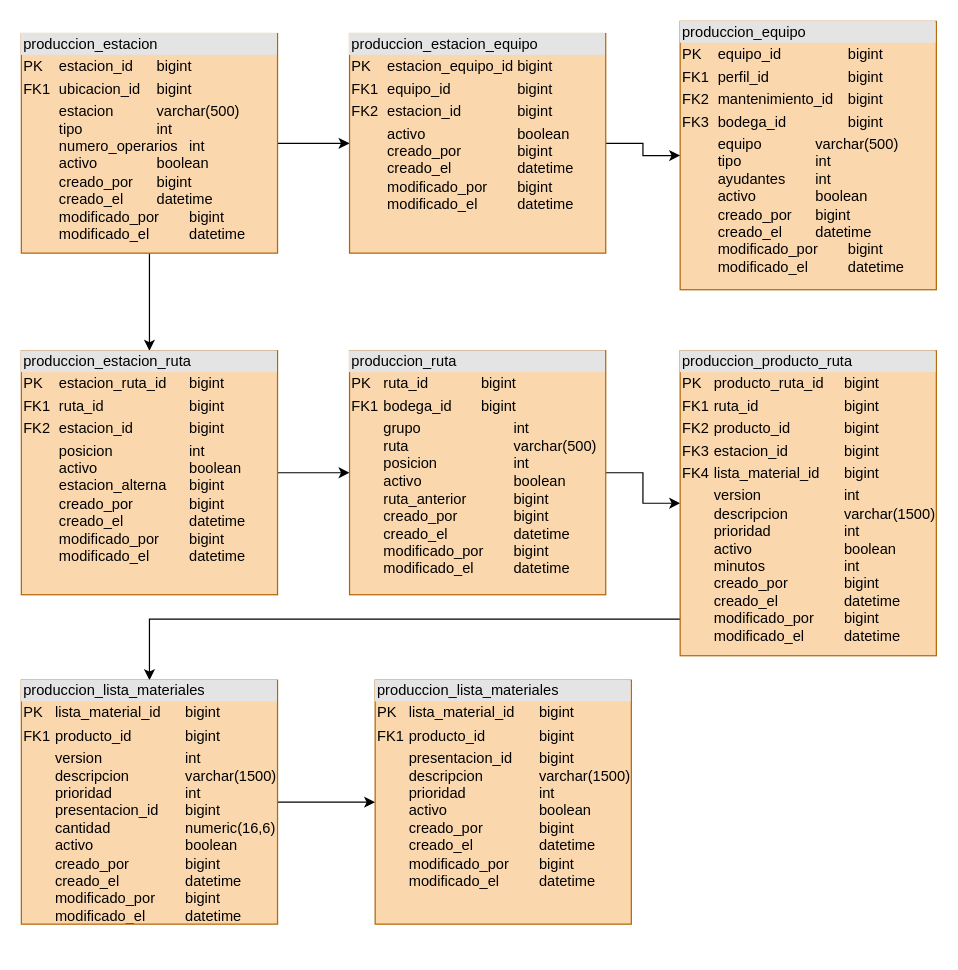
This is ERDProduccion.drawio from winnier78/L360Produccion, a draw.io file, before an edit. Source tidied: cells renumbered, new cells numbered last; positions are measured from the earlier drawing's top-left corner, leaving out a move shared by most shapes. Both pictures are drawn from the tidied source at 122%, with x=0, y=0 at pixel (21, 21).
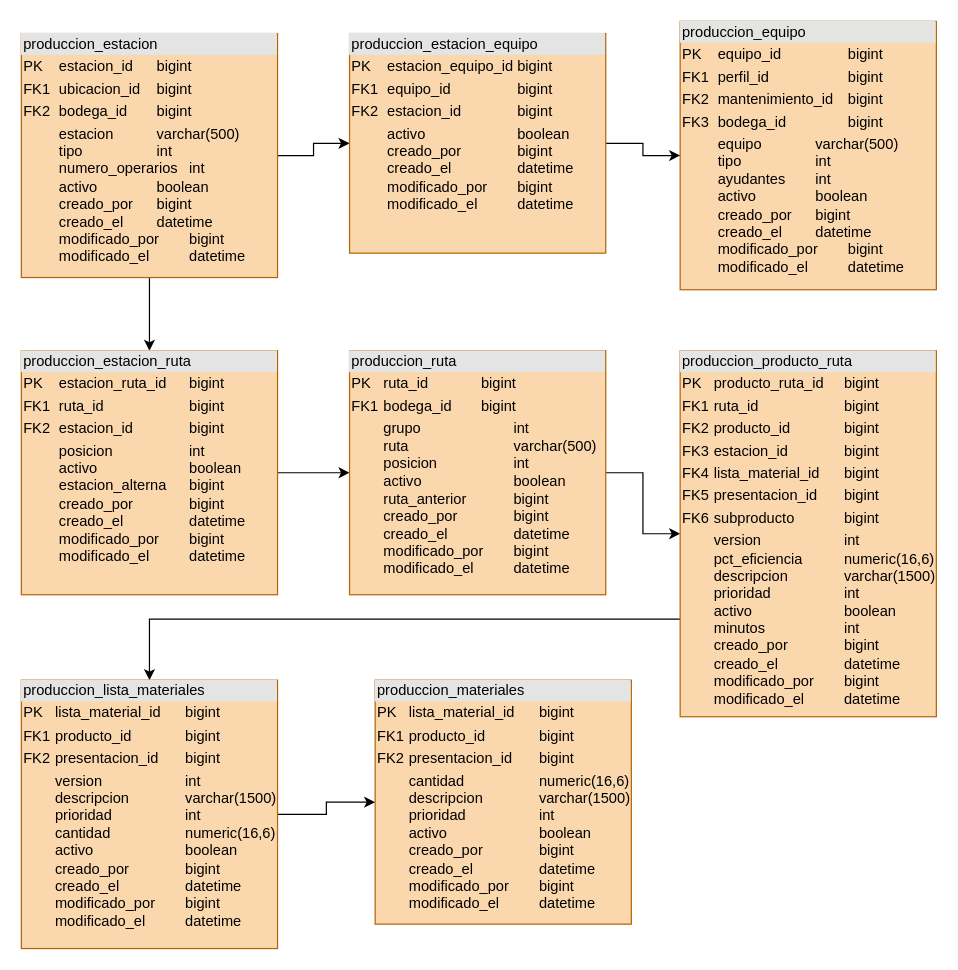
Above is the later version.

Commit message:
agregar materiales ERDProduccion.drawio

What changed in the source:
```diff
@@
-    <mxCell id="4" value="&lt;div style=&quot;box-sizing: border-box; width: 100%; background: rgb(228, 228, 228); padding: 2px;&quot;&gt;produccion_estacion&lt;/div&gt;&lt;table style=&quot;width:100%;font-size:1em;&quot; cellpadding=&quot;2&quot; cellspacing=&quot;0&quot;&gt;&lt;tbody&gt;&lt;tr&gt;&lt;td&gt;PK&lt;/td&gt;&lt;td&gt;estacion_id&lt;span style=&quot;white-space: pre;&quot;&gt;&#9;&lt;/span&gt;bigint&lt;/td&gt;&lt;td&gt;&lt;br&gt;&lt;/td&gt;&lt;/tr&gt;&lt;tr&gt;&lt;td&gt;FK1&lt;/td&gt;&lt;td&gt;ubicacion_id&lt;span style=&quot;white-space: pre;&quot;&gt;&#9;&lt;/span&gt;bigint&lt;/td&gt;&lt;td&gt;&lt;br&gt;&lt;/td&gt;&lt;/tr&gt;&lt;tr&gt;&lt;td&gt;&lt;/td&gt;&lt;td&gt;estacion&lt;span style=&quot;white-space: pre;&quot;&gt;&#9;&lt;span style=&quot;white-space: pre;&quot;&gt;&#9;&lt;/span&gt;&lt;/span&gt;varchar(500)&lt;br&gt;tipo&lt;span style=&quot;white-space: pre;&quot;&gt;&#9;&lt;/span&gt;&lt;span style=&quot;white-space: pre;&quot;&gt;&#9;&lt;/span&gt;&lt;span style=&quot;white-space: pre;&quot;&gt;&#9;&lt;/span&gt;int&lt;br&gt;numero_operarios&lt;span style=&quot;white-space: pre;&quot;&gt;&#9;&lt;/span&gt;int&lt;br&gt;activo&lt;span style=&quot;white-space: pre;&quot;&gt;&#9;&lt;/span&gt;&lt;span style=&quot;white-space: pre;&quot;&gt;&#9;&lt;/span&gt;boolean&lt;br&gt;creado_por&lt;span style=&quot;white-space: pre;&quot;&gt;&#9;&lt;/span&gt;bigint&lt;br&gt;creado_el&lt;span style=&quot;white-space: pre;&quot;&gt;&#9;&lt;/span&gt;datetime&lt;br&gt;modificado_por&lt;span style=&quot;white-space: pre;&quot;&gt;&#9;&lt;/span&gt;bigint&lt;br&gt;modificado_el&lt;span style=&quot;white-space: pre;&quot;&gt;&#9;&lt;/span&gt;&lt;span style=&quot;white-space: pre;&quot;&gt;&#9;&lt;/span&gt;datetime&lt;/td&gt;&lt;td&gt;&lt;br&gt;&lt;/td&gt;&lt;/tr&gt;&lt;/tbody&gt;&lt;/table&gt;" style="verticalAlign=top;align=left;overflow=fill;html=1;whiteSpace=wrap;fillColor=#fad7ac;strokeColor=#b46504;" parent="1" vertex="1">
-      <mxGeometry y="10" width="210" height="180" as="geometry" />
+    <mxCell id="4" value="&lt;div style=&quot;box-sizing: border-box; width: 100%; background: rgb(228, 228, 228); padding: 2px;&quot;&gt;produccion_estacion&lt;/div&gt;&lt;table style=&quot;width:100%;font-size:1em;&quot; cellpadding=&quot;2&quot; cellspacing=&quot;0&quot;&gt;&lt;tbody&gt;&lt;tr&gt;&lt;td&gt;PK&lt;/td&gt;&lt;td&gt;estacion_id&lt;span style=&quot;white-space: pre;&quot;&gt;&#9;&lt;/span&gt;bigint&lt;/td&gt;&lt;td&gt;&lt;br&gt;&lt;/td&gt;&lt;/tr&gt;&lt;tr&gt;&lt;td&gt;FK1&lt;/td&gt;&lt;td&gt;ubicacion_id&lt;span style=&quot;white-space: pre;&quot;&gt;&#9;&lt;/span&gt;bigint&lt;/td&gt;&lt;td&gt;&lt;br&gt;&lt;/td&gt;&lt;/tr&gt;&lt;tr&gt;&lt;td&gt;FK2&lt;/td&gt;&lt;td&gt;bodega_id&lt;span style=&quot;white-space: pre;&quot;&gt;&#9;&lt;/span&gt;bigint&lt;/td&gt;&lt;td&gt;&lt;br&gt;&lt;/td&gt;&lt;/tr&gt;&lt;tr&gt;&lt;td&gt;&lt;/td&gt;&lt;td&gt;estacion&lt;span style=&quot;white-space: pre;&quot;&gt;&#9;&lt;span style=&quot;white-space: pre;&quot;&gt;&#9;&lt;/span&gt;&lt;/span&gt;varchar(500)&lt;br&gt;tipo&lt;span style=&quot;white-space: pre;&quot;&gt;&#9;&lt;/span&gt;&lt;span style=&quot;white-space: pre;&quot;&gt;&#9;&lt;/span&gt;&lt;span style=&quot;white-space: pre;&quot;&gt;&#9;&lt;/span&gt;int&lt;br&gt;numero_operarios&lt;span style=&quot;white-space: pre;&quot;&gt;&#9;&lt;/span&gt;int&lt;br&gt;activo&lt;span style=&quot;white-space: pre;&quot;&gt;&#9;&lt;/span&gt;&lt;span style=&quot;white-space: pre;&quot;&gt;&#9;&lt;/span&gt;boolean&lt;br&gt;creado_por&lt;span style=&quot;white-space: pre;&quot;&gt;&#9;&lt;/span&gt;bigint&lt;br&gt;creado_el&lt;span style=&quot;white-space: pre;&quot;&gt;&#9;&lt;/span&gt;datetime&lt;br&gt;modificado_por&lt;span style=&quot;white-space: pre;&quot;&gt;&#9;&lt;/span&gt;bigint&lt;br&gt;modificado_el&lt;span style=&quot;white-space: pre;&quot;&gt;&#9;&lt;/span&gt;&lt;span style=&quot;white-space: pre;&quot;&gt;&#9;&lt;/span&gt;datetime&lt;/td&gt;&lt;td&gt;&lt;br&gt;&lt;/td&gt;&lt;/tr&gt;&lt;/tbody&gt;&lt;/table&gt;" style="verticalAlign=top;align=left;overflow=fill;html=1;whiteSpace=wrap;fillColor=#fad7ac;strokeColor=#b46504;" parent="1" vertex="1">
+      <mxGeometry y="10" width="210" height="200" as="geometry" />
     </mxCell>
@@
-    <mxCell id="13" value="&lt;div style=&quot;box-sizing: border-box; width: 100%; background: rgb(228, 228, 228); padding: 2px;&quot;&gt;produccion_producto_ruta&lt;/div&gt;&lt;table style=&quot;width:100%;font-size:1em;&quot; cellpadding=&quot;2&quot; cellspacing=&quot;0&quot;&gt;&lt;tbody&gt;&lt;tr&gt;&lt;td&gt;PK&lt;/td&gt;&lt;td&gt;producto_ruta_id&lt;span style=&quot;white-space: pre;&quot;&gt;&#9;&lt;/span&gt;bigint&lt;/td&gt;&lt;td&gt;&lt;br&gt;&lt;/td&gt;&lt;/tr&gt;&lt;tr&gt;&lt;td&gt;FK1&lt;/td&gt;&lt;td&gt;ruta_id&lt;span style=&quot;white-space: pre;&quot;&gt;&#9;&lt;span style=&quot;white-space: pre;&quot;&gt;&#9;&lt;/span&gt;&lt;span style=&quot;white-space: pre;&quot;&gt;&#9;&lt;/span&gt;&lt;/span&gt;bigint&lt;/td&gt;&lt;td&gt;&lt;br&gt;&lt;/td&gt;&lt;/tr&gt;&lt;tr&gt;&lt;td&gt;FK2&lt;/td&gt;&lt;td&gt;producto_id&lt;span style=&quot;white-space: pre;&quot;&gt;&#9;&lt;/span&gt;&lt;span style=&quot;white-space: pre;&quot;&gt;&#9;&lt;/span&gt;bigint&lt;/td&gt;&lt;td&gt;&lt;br&gt;&lt;/td&gt;&lt;/tr&gt;&lt;tr&gt;&lt;td&gt;FK3&lt;/td&gt;&lt;td&gt;estacion_id&lt;span style=&quot;white-space: pre;&quot;&gt;&#9;&lt;/span&gt;&lt;span style=&quot;white-space: pre;&quot;&gt;&#9;&lt;/span&gt;bigint&lt;/td&gt;&lt;td&gt;&lt;br&gt;&lt;/td&gt;&lt;/tr&gt;&lt;tr&gt;&lt;td&gt;FK4&lt;/td&gt;&lt;td&gt;lista_material_id&lt;span style=&quot;white-space: pre;&quot;&gt;&#9;&lt;/span&gt;bigint&lt;/td&gt;&lt;td&gt;&lt;br&gt;&lt;/td&gt;&lt;/tr&gt;&lt;tr&gt;&lt;td&gt;&lt;/td&gt;&lt;td&gt;version&lt;span style=&quot;white-space: pre;&quot;&gt;&#9;&lt;/span&gt;&lt;span style=&quot;white-space: pre;&quot;&gt;&#9;&lt;/span&gt;&lt;span style=&quot;white-space: pre;&quot;&gt;&#9;&lt;/span&gt;int&lt;br&gt;descripcion&lt;span style=&quot;white-space: pre;&quot;&gt;&#9;&lt;span style=&quot;white-space: pre;&quot;&gt;&#9;&lt;/span&gt;&lt;/span&gt;varchar(1500)&lt;br&gt;prioridad&lt;span style=&quot;white-space: pre;&quot;&gt;&#9;&lt;/span&gt;&lt;span style=&quot;white-space: pre;&quot;&gt;&#9;&lt;/span&gt;&lt;span style=&quot;white-space: pre;&quot;&gt;&#9;&lt;/span&gt;int&lt;br&gt;activo&lt;span style=&quot;white-space: pre;&quot;&gt;&#9;&lt;/span&gt;&lt;span style=&quot;white-space: pre;&quot;&gt;&#9;&lt;span style=&quot;white-space: pre;&quot;&gt;&#9;&lt;/span&gt;&lt;/span&gt;boolean&lt;br&gt;minutos&lt;span style=&quot;white-space: pre;&quot;&gt;&#9;&lt;/span&gt;&lt;span style=&quot;white-space: pre;&quot;&gt;&#9;&lt;/span&gt;&lt;span style=&quot;white-space: pre;&quot;&gt;&#9;&lt;/span&gt;int&lt;br&gt;creado_por&lt;span style=&quot;white-space: pre;&quot;&gt;&#9;&lt;span style=&quot;white-space: pre;&quot;&gt;&#9;&lt;/span&gt;&lt;/span&gt;bigint&lt;br&gt;creado_el&lt;span style=&quot;white-space: pre;&quot;&gt;&#9;&lt;span style=&quot;white-space: pre;&quot;&gt;&#9;&lt;/span&gt;&lt;/span&gt;datetime&lt;br&gt;modificado_por&lt;span style=&quot;white-space: pre;&quot;&gt;&#9;&lt;/span&gt;bigint&lt;br&gt;modificado_el&lt;span style=&quot;white-space: pre;&quot;&gt;&#9;&lt;/span&gt;&lt;span style=&quot;white-space: pre;&quot;&gt;&#9;&lt;/span&gt;datetime&lt;/td&gt;&lt;td&gt;&lt;br&gt;&lt;/td&gt;&lt;/tr&gt;&lt;tr&gt;&lt;td&gt;&lt;br&gt;&lt;/td&gt;&lt;td&gt;&lt;br&gt;&lt;/td&gt;&lt;td&gt;&lt;br&gt;&lt;/td&gt;&lt;/tr&gt;&lt;tr&gt;&lt;td&gt;&lt;br&gt;&lt;/td&gt;&lt;td&gt;&lt;br&gt;&lt;/td&gt;&lt;td&gt;&lt;br&gt;&lt;/td&gt;&lt;/tr&gt;&lt;tr&gt;&lt;td&gt;&lt;br&gt;&lt;/td&gt;&lt;td&gt;&lt;br&gt;&lt;/td&gt;&lt;td&gt;&lt;br&gt;&lt;/td&gt;&lt;/tr&gt;&lt;/tbody&gt;&lt;/table&gt;" style="verticalAlign=top;align=left;overflow=fill;html=1;whiteSpace=wrap;fillColor=#fad7ac;strokeColor=#b46504;" parent="1" vertex="1">
-      <mxGeometry x="540" y="270" width="210" height="250" as="geometry" />
+    <mxCell id="13" value="&lt;div style=&quot;box-sizing: border-box; width: 100%; background: rgb(228, 228, 228); padding: 2px;&quot;&gt;produccion_producto_ruta&lt;/div&gt;&lt;table style=&quot;width:100%;font-size:1em;&quot; cellpadding=&quot;2&quot; cellspacing=&quot;0&quot;&gt;&lt;tbody&gt;&lt;tr&gt;&lt;td&gt;PK&lt;/td&gt;&lt;td&gt;producto_ruta_id&lt;span style=&quot;white-space: pre;&quot;&gt;&#9;&lt;/span&gt;bigint&lt;/td&gt;&lt;td&gt;&lt;br&gt;&lt;/td&gt;&lt;/tr&gt;&lt;tr&gt;&lt;td&gt;FK1&lt;/td&gt;&lt;td&gt;ruta_id&lt;span style=&quot;white-space: pre;&quot;&gt;&#9;&lt;span style=&quot;white-space: pre;&quot;&gt;&#9;&lt;/span&gt;&lt;span style=&quot;white-space: pre;&quot;&gt;&#9;&lt;/span&gt;&lt;/span&gt;bigint&lt;/td&gt;&lt;td&gt;&lt;br&gt;&lt;/td&gt;&lt;/tr&gt;&lt;tr&gt;&lt;td&gt;FK2&lt;/td&gt;&lt;td&gt;producto_id&lt;span style=&quot;white-space: pre;&quot;&gt;&#9;&lt;/span&gt;&lt;span style=&quot;white-space: pre;&quot;&gt;&#9;&lt;/span&gt;bigint&lt;/td&gt;&lt;td&gt;&lt;br&gt;&lt;/td&gt;&lt;/tr&gt;&lt;tr&gt;&lt;td&gt;FK3&lt;/td&gt;&lt;td&gt;estacion_id&lt;span style=&quot;white-space: pre;&quot;&gt;&#9;&lt;/span&gt;&lt;span style=&quot;white-space: pre;&quot;&gt;&#9;&lt;/span&gt;bigint&lt;/td&gt;&lt;td&gt;&lt;br&gt;&lt;/td&gt;&lt;/tr&gt;&lt;tr&gt;&lt;td&gt;FK4&lt;/td&gt;&lt;td&gt;lista_material_id&lt;span style=&quot;white-space: pre;&quot;&gt;&#9;&lt;/span&gt;bigint&lt;/td&gt;&lt;td&gt;&lt;br&gt;&lt;/td&gt;&lt;/tr&gt;&lt;tr&gt;&lt;td&gt;FK5&lt;/td&gt;&lt;td&gt;presentacion_id&lt;span style=&quot;white-space: pre;&quot;&gt;&#9;&lt;/span&gt;bigint&lt;/td&gt;&lt;td&gt;&lt;br&gt;&lt;/td&gt;&lt;/tr&gt;&lt;tr&gt;&lt;td&gt;FK6&lt;/td&gt;&lt;td&gt;subproducto&lt;span style=&quot;white-space: pre;&quot;&gt;&#9;&lt;/span&gt;&lt;span style=&quot;white-space: pre;&quot;&gt;&#9;&lt;/span&gt;bigint&lt;/td&gt;&lt;td&gt;&lt;br&gt;&lt;/td&gt;&lt;/tr&gt;&lt;tr&gt;&lt;td&gt;&lt;/td&gt;&lt;td&gt;version&lt;span style=&quot;white-space: pre;&quot;&gt;&#9;&lt;/span&gt;&lt;span style=&quot;white-space: pre;&quot;&gt;&#9;&lt;/span&gt;&lt;span style=&quot;white-space: pre;&quot;&gt;&#9;&lt;/span&gt;int&lt;br&gt;pct_eficiencia&lt;span style=&quot;white-space: pre;&quot;&gt;&#9;&lt;/span&gt;&lt;span style=&quot;white-space: pre;&quot;&gt;&#9;&lt;/span&gt;numeric(16,6)&lt;br&gt;descripcion&lt;span style=&quot;white-space: pre;&quot;&gt;&#9;&lt;span style=&quot;white-space: pre;&quot;&gt;&#9;&lt;/span&gt;&lt;/span&gt;varchar(1500)&lt;br&gt;prioridad&lt;span style=&quot;white-space: pre;&quot;&gt;&#9;&lt;/span&gt;&lt;span style=&quot;white-space: pre;&quot;&gt;&#9;&lt;/span&gt;&lt;span style=&quot;white-space: pre;&quot;&gt;&#9;&lt;/span&gt;int&lt;br&gt;activo&lt;span style=&quot;white-space: pre;&quot;&gt;&#9;&lt;/span&gt;&lt;span style=&quot;white-space: pre;&quot;&gt;&#9;&lt;span style=&quot;white-space: pre;&quot;&gt;&#9;&lt;/span&gt;&lt;/span&gt;boolean&lt;br&gt;minutos&lt;span style=&quot;white-space: pre;&quot;&gt;&#9;&lt;/span&gt;&lt;span style=&quot;white-space: pre;&quot;&gt;&#9;&lt;/span&gt;&lt;span style=&quot;white-space: pre;&quot;&gt;&#9;&lt;/span&gt;int&lt;br&gt;creado_por&lt;span style=&quot;white-space: pre;&quot;&gt;&#9;&lt;span style=&quot;white-space: pre;&quot;&gt;&#9;&lt;/span&gt;&lt;/span&gt;bigint&lt;br&gt;creado_el&lt;span style=&quot;white-space: pre;&quot;&gt;&#9;&lt;span style=&quot;white-space: pre;&quot;&gt;&#9;&lt;/span&gt;&lt;/span&gt;datetime&lt;br&gt;modificado_por&lt;span style=&quot;white-space: pre;&quot;&gt;&#9;&lt;/span&gt;bigint&lt;br&gt;modificado_el&lt;span style=&quot;white-space: pre;&quot;&gt;&#9;&lt;/span&gt;&lt;span style=&quot;white-space: pre;&quot;&gt;&#9;&lt;/span&gt;datetime&lt;/td&gt;&lt;td&gt;&lt;br&gt;&lt;/td&gt;&lt;/tr&gt;&lt;tr&gt;&lt;td&gt;&lt;br&gt;&lt;/td&gt;&lt;td&gt;&lt;br&gt;&lt;/td&gt;&lt;td&gt;&lt;br&gt;&lt;/td&gt;&lt;/tr&gt;&lt;tr&gt;&lt;td&gt;&lt;br&gt;&lt;/td&gt;&lt;td&gt;&lt;br&gt;&lt;/td&gt;&lt;td&gt;&lt;br&gt;&lt;/td&gt;&lt;/tr&gt;&lt;tr&gt;&lt;td&gt;&lt;br&gt;&lt;/td&gt;&lt;td&gt;&lt;br&gt;&lt;/td&gt;&lt;td&gt;&lt;br&gt;&lt;/td&gt;&lt;/tr&gt;&lt;/tbody&gt;&lt;/table&gt;" style="verticalAlign=top;align=left;overflow=fill;html=1;whiteSpace=wrap;fillColor=#fad7ac;strokeColor=#b46504;" parent="1" vertex="1">
+      <mxGeometry x="540" y="270" width="210" height="300" as="geometry" />
     </mxCell>
@@
-    <mxCell id="15" value="&lt;div style=&quot;box-sizing: border-box; width: 100%; background: rgb(228, 228, 228); padding: 2px;&quot;&gt;produccion_lista_materiales&lt;/div&gt;&lt;table style=&quot;width:100%;font-size:1em;&quot; cellpadding=&quot;2&quot; cellspacing=&quot;0&quot;&gt;&lt;tbody&gt;&lt;tr&gt;&lt;td&gt;PK&lt;/td&gt;&lt;td&gt;lista_material_id&lt;span style=&quot;white-space: pre;&quot;&gt;&#9;&lt;/span&gt;bigint&lt;/td&gt;&lt;td&gt;&lt;br&gt;&lt;/td&gt;&lt;/tr&gt;&lt;tr&gt;&lt;td&gt;FK1&lt;/td&gt;&lt;td&gt;producto_id&lt;span style=&quot;white-space: pre;&quot;&gt;&#9;&lt;/span&gt;&lt;span style=&quot;white-space: pre;&quot;&gt;&#9;&lt;/span&gt;bigint&lt;/td&gt;&lt;td&gt;&lt;br&gt;&lt;/td&gt;&lt;/tr&gt;&lt;tr&gt;&lt;td&gt;&lt;/td&gt;&lt;td&gt;version&lt;span style=&quot;white-space: pre;&quot;&gt;&#9;&lt;/span&gt;&lt;span style=&quot;white-space: pre;&quot;&gt;&#9;&lt;/span&gt;&lt;span style=&quot;white-space: pre;&quot;&gt;&#9;&lt;/span&gt;int&lt;br&gt;descripcion&lt;span style=&quot;white-space: pre;&quot;&gt;&#9;&lt;span style=&quot;white-space: pre;&quot;&gt;&#9;&lt;/span&gt;&lt;/span&gt;varchar(1500)&lt;br&gt;prioridad&lt;span style=&quot;white-space: pre;&quot;&gt;&#9;&lt;/span&gt;&lt;span style=&quot;white-space: pre;&quot;&gt;&#9;&lt;/span&gt;&lt;span style=&quot;white-space: pre;&quot;&gt;&#9;&lt;/span&gt;int&lt;br&gt;presentacion_id&lt;span style=&quot;white-space: pre;&quot;&gt;&#9;&lt;/span&gt;bigint&lt;br&gt;cantidad&lt;span style=&quot;white-space: pre;&quot;&gt;&#9;&lt;/span&gt;&lt;span style=&quot;white-space: pre;&quot;&gt;&#9;&lt;/span&gt;&lt;span style=&quot;white-space: pre;&quot;&gt;&#9;&lt;/span&gt;numeric(16,6)&lt;br&gt;activo&lt;span style=&quot;white-space: pre;&quot;&gt;&#9;&lt;/span&gt;&lt;span style=&quot;white-space: pre;&quot;&gt;&#9;&lt;span style=&quot;white-space: pre;&quot;&gt;&#9;&lt;/span&gt;&lt;/span&gt;boolean&lt;br&gt;creado_por&lt;span style=&quot;white-space: pre;&quot;&gt;&#9;&lt;span style=&quot;white-space: pre;&quot;&gt;&#9;&lt;/span&gt;&lt;/span&gt;bigint&lt;br&gt;creado_el&lt;span style=&quot;white-space: pre;&quot;&gt;&#9;&lt;span style=&quot;white-space: pre;&quot;&gt;&#9;&lt;/span&gt;&lt;/span&gt;datetime&lt;br&gt;modificado_por&lt;span style=&quot;white-space: pre;&quot;&gt;&#9;&lt;/span&gt;bigint&lt;br&gt;modificado_el&lt;span style=&quot;white-space: pre;&quot;&gt;&#9;&lt;/span&gt;&lt;span style=&quot;white-space: pre;&quot;&gt;&#9;&lt;/span&gt;datetime&lt;/td&gt;&lt;td&gt;&lt;br&gt;&lt;/td&gt;&lt;/tr&gt;&lt;tr&gt;&lt;td&gt;&lt;br&gt;&lt;/td&gt;&lt;td&gt;&lt;br&gt;&lt;/td&gt;&lt;td&gt;&lt;br&gt;&lt;/td&gt;&lt;/tr&gt;&lt;tr&gt;&lt;td&gt;&lt;br&gt;&lt;/td&gt;&lt;td&gt;&lt;br&gt;&lt;/td&gt;&lt;td&gt;&lt;br&gt;&lt;/td&gt;&lt;/tr&gt;&lt;/tbody&gt;&lt;/table&gt;" style="verticalAlign=top;align=left;overflow=fill;html=1;whiteSpace=wrap;fillColor=#fad7ac;strokeColor=#b46504;" parent="1" vertex="1">
-      <mxGeometry y="540" width="210" height="200" as="geometry" />
+    <mxCell id="15" value="&lt;div style=&quot;box-sizing: border-box; width: 100%; background: rgb(228, 228, 228); padding: 2px;&quot;&gt;produccion_lista_materiales&lt;/div&gt;&lt;table style=&quot;width:100%;font-size:1em;&quot; cellpadding=&quot;2&quot; cellspacing=&quot;0&quot;&gt;&lt;tbody&gt;&lt;tr&gt;&lt;td&gt;PK&lt;/td&gt;&lt;td&gt;lista_material_id&lt;span style=&quot;white-space: pre;&quot;&gt;&#9;&lt;/span&gt;bigint&lt;/td&gt;&lt;td&gt;&lt;br&gt;&lt;/td&gt;&lt;/tr&gt;&lt;tr&gt;&lt;td&gt;FK1&lt;/td&gt;&lt;td&gt;producto_id&lt;span style=&quot;white-space: pre;&quot;&gt;&#9;&lt;/span&gt;&lt;span style=&quot;white-space: pre;&quot;&gt;&#9;&lt;/span&gt;bigint&lt;/td&gt;&lt;td&gt;&lt;br&gt;&lt;/td&gt;&lt;/tr&gt;&lt;tr&gt;&lt;td&gt;FK2&lt;/td&gt;&lt;td&gt;presentacion_id&lt;span style=&quot;white-space: pre;&quot;&gt;&#9;&lt;/span&gt;bigint&lt;/td&gt;&lt;td&gt;&lt;br&gt;&lt;/td&gt;&lt;/tr&gt;&lt;tr&gt;&lt;td&gt;&lt;/td&gt;&lt;td&gt;version&lt;span style=&quot;white-space: pre;&quot;&gt;&#9;&lt;/span&gt;&lt;span style=&quot;white-space: pre;&quot;&gt;&#9;&lt;/span&gt;&lt;span style=&quot;white-space: pre;&quot;&gt;&#9;&lt;/span&gt;int&lt;br&gt;descripcion&lt;span style=&quot;white-space: pre;&quot;&gt;&#9;&lt;span style=&quot;white-space: pre;&quot;&gt;&#9;&lt;/span&gt;&lt;/span&gt;varchar(1500)&lt;br&gt;prioridad&lt;span style=&quot;white-space: pre;&quot;&gt;&#9;&lt;/span&gt;&lt;span style=&quot;white-space: pre;&quot;&gt;&#9;&lt;/span&gt;&lt;span style=&quot;white-space: pre;&quot;&gt;&#9;&lt;/span&gt;int&lt;br&gt;cantidad&lt;span style=&quot;white-space: pre;&quot;&gt;&#9;&lt;/span&gt;&lt;span style=&quot;white-space: pre;&quot;&gt;&#9;&lt;/span&gt;&lt;span style=&quot;white-space: pre;&quot;&gt;&#9;&lt;/span&gt;numeric(16,6)&lt;br&gt;activo&lt;span style=&quot;white-space: pre;&quot;&gt;&#9;&lt;/span&gt;&lt;span style=&quot;white-space: pre;&quot;&gt;&#9;&lt;span style=&quot;white-space: pre;&quot;&gt;&#9;&lt;/span&gt;&lt;/span&gt;boolean&lt;br&gt;creado_por&lt;span style=&quot;white-space: pre;&quot;&gt;&#9;&lt;span style=&quot;white-space: pre;&quot;&gt;&#9;&lt;/span&gt;&lt;/span&gt;bigint&lt;br&gt;creado_el&lt;span style=&quot;white-space: pre;&quot;&gt;&#9;&lt;span style=&quot;white-space: pre;&quot;&gt;&#9;&lt;/span&gt;&lt;/span&gt;datetime&lt;br&gt;modificado_por&lt;span style=&quot;white-space: pre;&quot;&gt;&#9;&lt;/span&gt;bigint&lt;br&gt;modificado_el&lt;span style=&quot;white-space: pre;&quot;&gt;&#9;&lt;/span&gt;&lt;span style=&quot;white-space: pre;&quot;&gt;&#9;&lt;/span&gt;datetime&lt;/td&gt;&lt;td&gt;&lt;br&gt;&lt;/td&gt;&lt;/tr&gt;&lt;tr&gt;&lt;td&gt;&lt;br&gt;&lt;/td&gt;&lt;td&gt;&lt;br&gt;&lt;/td&gt;&lt;td&gt;&lt;br&gt;&lt;/td&gt;&lt;/tr&gt;&lt;tr&gt;&lt;td&gt;&lt;br&gt;&lt;/td&gt;&lt;td&gt;&lt;br&gt;&lt;/td&gt;&lt;td&gt;&lt;br&gt;&lt;/td&gt;&lt;/tr&gt;&lt;/tbody&gt;&lt;/table&gt;" style="verticalAlign=top;align=left;overflow=fill;html=1;whiteSpace=wrap;fillColor=#fad7ac;strokeColor=#b46504;" parent="1" vertex="1">
+      <mxGeometry y="540" width="210" height="220" as="geometry" />
     </mxCell>
-    <mxCell id="16" value="&lt;div style=&quot;box-sizing: border-box; width: 100%; background: rgb(228, 228, 228); padding: 2px;&quot;&gt;produccion_lista_materiales&lt;/div&gt;&lt;table style=&quot;width:100%;font-size:1em;&quot; cellpadding=&quot;2&quot; cellspacing=&quot;0&quot;&gt;&lt;tbody&gt;&lt;tr&gt;&lt;td&gt;PK&lt;/td&gt;&lt;td&gt;lista_material_id&lt;span style=&quot;white-space: pre;&quot;&gt;&#9;&lt;/span&gt;bigint&lt;/td&gt;&lt;td&gt;&lt;br&gt;&lt;/td&gt;&lt;/tr&gt;&lt;tr&gt;&lt;td&gt;FK1&lt;/td&gt;&lt;td&gt;producto_id&lt;span style=&quot;white-space: pre;&quot;&gt;&#9;&lt;/span&gt;&lt;span style=&quot;white-space: pre;&quot;&gt;&#9;&lt;/span&gt;bigint&lt;/td&gt;&lt;td&gt;&lt;br&gt;&lt;/td&gt;&lt;/tr&gt;&lt;tr&gt;&lt;td&gt;&lt;/td&gt;&lt;td&gt;presentacion_id&lt;span style=&quot;white-space: pre;&quot;&gt;&#9;&lt;/span&gt;bigint&lt;br&gt;descripcion&lt;span style=&quot;white-space: pre;&quot;&gt;&#9;&lt;span style=&quot;white-space: pre;&quot;&gt;&#9;&lt;/span&gt;&lt;/span&gt;varchar(1500)&lt;br&gt;prioridad&lt;span style=&quot;white-space: pre;&quot;&gt;&#9;&lt;/span&gt;&lt;span style=&quot;white-space: pre;&quot;&gt;&#9;&lt;/span&gt;&lt;span style=&quot;white-space: pre;&quot;&gt;&#9;&lt;/span&gt;int&lt;br&gt;activo&lt;span style=&quot;white-space: pre;&quot;&gt;&#9;&lt;/span&gt;&lt;span style=&quot;white-space: pre;&quot;&gt;&#9;&lt;span style=&quot;white-space: pre;&quot;&gt;&#9;&lt;/span&gt;&lt;/span&gt;boolean&lt;br&gt;creado_por&lt;span style=&quot;white-space: pre;&quot;&gt;&#9;&lt;span style=&quot;white-space: pre;&quot;&gt;&#9;&lt;/span&gt;&lt;/span&gt;bigint&lt;br&gt;creado_el&lt;span style=&quot;white-space: pre;&quot;&gt;&#9;&lt;span style=&quot;white-space: pre;&quot;&gt;&#9;&lt;/span&gt;&lt;/span&gt;datetime&lt;br&gt;modificado_por&lt;span style=&quot;white-space: pre;&quot;&gt;&#9;&lt;/span&gt;bigint&lt;br&gt;modificado_el&lt;span style=&quot;white-space: pre;&quot;&gt;&#9;&lt;/span&gt;&lt;span style=&quot;white-space: pre;&quot;&gt;&#9;&lt;/span&gt;datetime&lt;/td&gt;&lt;td&gt;&lt;br&gt;&lt;/td&gt;&lt;/tr&gt;&lt;tr&gt;&lt;td&gt;&lt;br&gt;&lt;/td&gt;&lt;td&gt;&lt;br&gt;&lt;/td&gt;&lt;td&gt;&lt;br&gt;&lt;/td&gt;&lt;/tr&gt;&lt;tr&gt;&lt;td&gt;&lt;br&gt;&lt;/td&gt;&lt;td&gt;&lt;br&gt;&lt;/td&gt;&lt;td&gt;&lt;br&gt;&lt;/td&gt;&lt;/tr&gt;&lt;/tbody&gt;&lt;/table&gt;" style="verticalAlign=top;align=left;overflow=fill;html=1;whiteSpace=wrap;fillColor=#fad7ac;strokeColor=#b46504;" parent="1" vertex="1">
+    <mxCell id="16" value="&lt;div style=&quot;box-sizing: border-box; width: 100%; background: rgb(228, 228, 228); padding: 2px;&quot;&gt;produccion_materiales&lt;/div&gt;&lt;table style=&quot;width:100%;font-size:1em;&quot; cellpadding=&quot;2&quot; cellspacing=&quot;0&quot;&gt;&lt;tbody&gt;&lt;tr&gt;&lt;td&gt;PK&lt;/td&gt;&lt;td&gt;lista_material_id&lt;span style=&quot;white-space: pre;&quot;&gt;&#9;&lt;/span&gt;bigint&lt;/td&gt;&lt;td&gt;&lt;br&gt;&lt;/td&gt;&lt;/tr&gt;&lt;tr&gt;&lt;td&gt;FK1&lt;/td&gt;&lt;td&gt;producto_id&lt;span style=&quot;white-space: pre;&quot;&gt;&#9;&lt;/span&gt;&lt;span style=&quot;white-space: pre;&quot;&gt;&#9;&lt;/span&gt;bigint&lt;/td&gt;&lt;td&gt;&lt;br&gt;&lt;/td&gt;&lt;/tr&gt;&lt;tr&gt;&lt;td&gt;FK2&lt;/td&gt;&lt;td&gt;presentacion_id&lt;span style=&quot;white-space: pre;&quot;&gt;&#9;&lt;/span&gt;bigint&lt;/td&gt;&lt;td&gt;&lt;br&gt;&lt;/td&gt;&lt;/tr&gt;&lt;tr&gt;&lt;td&gt;&lt;/td&gt;&lt;td&gt;cantidad&lt;span style=&quot;white-space: pre;&quot;&gt;&#9;&lt;/span&gt;&lt;span style=&quot;white-space: pre;&quot;&gt;&#9;&lt;/span&gt;&lt;span style=&quot;white-space: pre;&quot;&gt;&#9;&lt;/span&gt;numeric(16,6)&lt;br&gt;descripcion&lt;span style=&quot;white-space: pre;&quot;&gt;&#9;&lt;span style=&quot;white-space: pre;&quot;&gt;&#9;&lt;/span&gt;&lt;/span&gt;varchar(1500)&lt;br&gt;prioridad&lt;span style=&quot;white-space: pre;&quot;&gt;&#9;&lt;/span&gt;&lt;span style=&quot;white-space: pre;&quot;&gt;&#9;&lt;/span&gt;&lt;span style=&quot;white-space: pre;&quot;&gt;&#9;&lt;/span&gt;int&lt;br&gt;activo&lt;span style=&quot;white-space: pre;&quot;&gt;&#9;&lt;/span&gt;&lt;span style=&quot;white-space: pre;&quot;&gt;&#9;&lt;span style=&quot;white-space: pre;&quot;&gt;&#9;&lt;/span&gt;&lt;/span&gt;boolean&lt;br&gt;creado_por&lt;span style=&quot;white-space: pre;&quot;&gt;&#9;&lt;span style=&quot;white-space: pre;&quot;&gt;&#9;&lt;/span&gt;&lt;/span&gt;bigint&lt;br&gt;creado_el&lt;span style=&quot;white-space: pre;&quot;&gt;&#9;&lt;span style=&quot;white-space: pre;&quot;&gt;&#9;&lt;/span&gt;&lt;/span&gt;datetime&lt;br&gt;modificado_por&lt;span style=&quot;white-space: pre;&quot;&gt;&#9;&lt;/span&gt;bigint&lt;br&gt;modificado_el&lt;span style=&quot;white-space: pre;&quot;&gt;&#9;&lt;/span&gt;&lt;span style=&quot;white-space: pre;&quot;&gt;&#9;&lt;/span&gt;datetime&lt;/td&gt;&lt;td&gt;&lt;br&gt;&lt;/td&gt;&lt;/tr&gt;&lt;tr&gt;&lt;td&gt;&lt;br&gt;&lt;/td&gt;&lt;td&gt;&lt;br&gt;&lt;/td&gt;&lt;td&gt;&lt;br&gt;&lt;/td&gt;&lt;/tr&gt;&lt;tr&gt;&lt;td&gt;&lt;br&gt;&lt;/td&gt;&lt;td&gt;&lt;br&gt;&lt;/td&gt;&lt;td&gt;&lt;br&gt;&lt;/td&gt;&lt;/tr&gt;&lt;/tbody&gt;&lt;/table&gt;" style="verticalAlign=top;align=left;overflow=fill;html=1;whiteSpace=wrap;fillColor=#fad7ac;strokeColor=#b46504;" parent="1" vertex="1">
       <mxGeometry x="290" y="540" width="210" height="200" as="geometry" />
     </mxCell>
```
